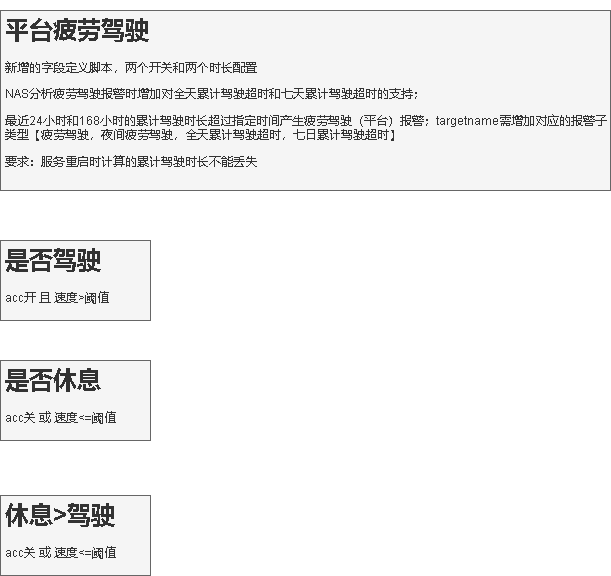
Earlier version of the draw.io export 平台疲劳驾驶.drawio.png (xktder/draw). Source tidied: cells renumbered, new cells last; positions are measured from the earlier drawing's top-left corner, leaving out a move shared by most shapes.
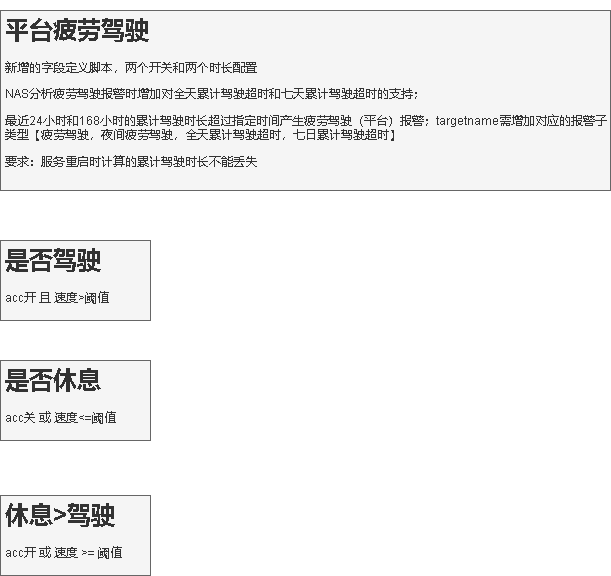
The same diagram one commit later.

Commit message:
更新平台疲劳驾驶.drawio.png

What changed in the source:
```diff
@@ -11,7 +11,7 @@
     <mxCell id="4" value="&lt;h1&gt;是否休息&lt;/h1&gt;&lt;div&gt;acc关 或 速度&amp;lt;=阈值&lt;/div&gt;" style="text;html=1;spacing=5;spacingTop=-20;whiteSpace=wrap;overflow=hidden;rounded=0;fillColor=#f5f5f5;fontColor=#333333;strokeColor=#666666;" parent="1" vertex="1">
       <mxGeometry y="350" width="150" height="80" as="geometry" />
     </mxCell>
-    <mxCell id="5" value="&lt;h1&gt;休息&amp;gt;驾驶&lt;/h1&gt;&lt;div&gt;acc关 或 速度&amp;lt;=阈值&lt;/div&gt;" style="text;html=1;spacing=5;spacingTop=-20;whiteSpace=wrap;overflow=hidden;rounded=0;fillColor=#f5f5f5;fontColor=#333333;strokeColor=#666666;" parent="1" vertex="1">
+    <mxCell id="5" value="&lt;h1&gt;休息&amp;gt;驾驶&lt;/h1&gt;&lt;div&gt;acc开 或 速度 &amp;gt;= 阈值&lt;/div&gt;" style="text;html=1;spacing=5;spacingTop=-20;whiteSpace=wrap;overflow=hidden;rounded=0;fillColor=#f5f5f5;fontColor=#333333;strokeColor=#666666;" parent="1" vertex="1">
       <mxGeometry y="485" width="150" height="80" as="geometry" />
     </mxCell>
   </root>
```
